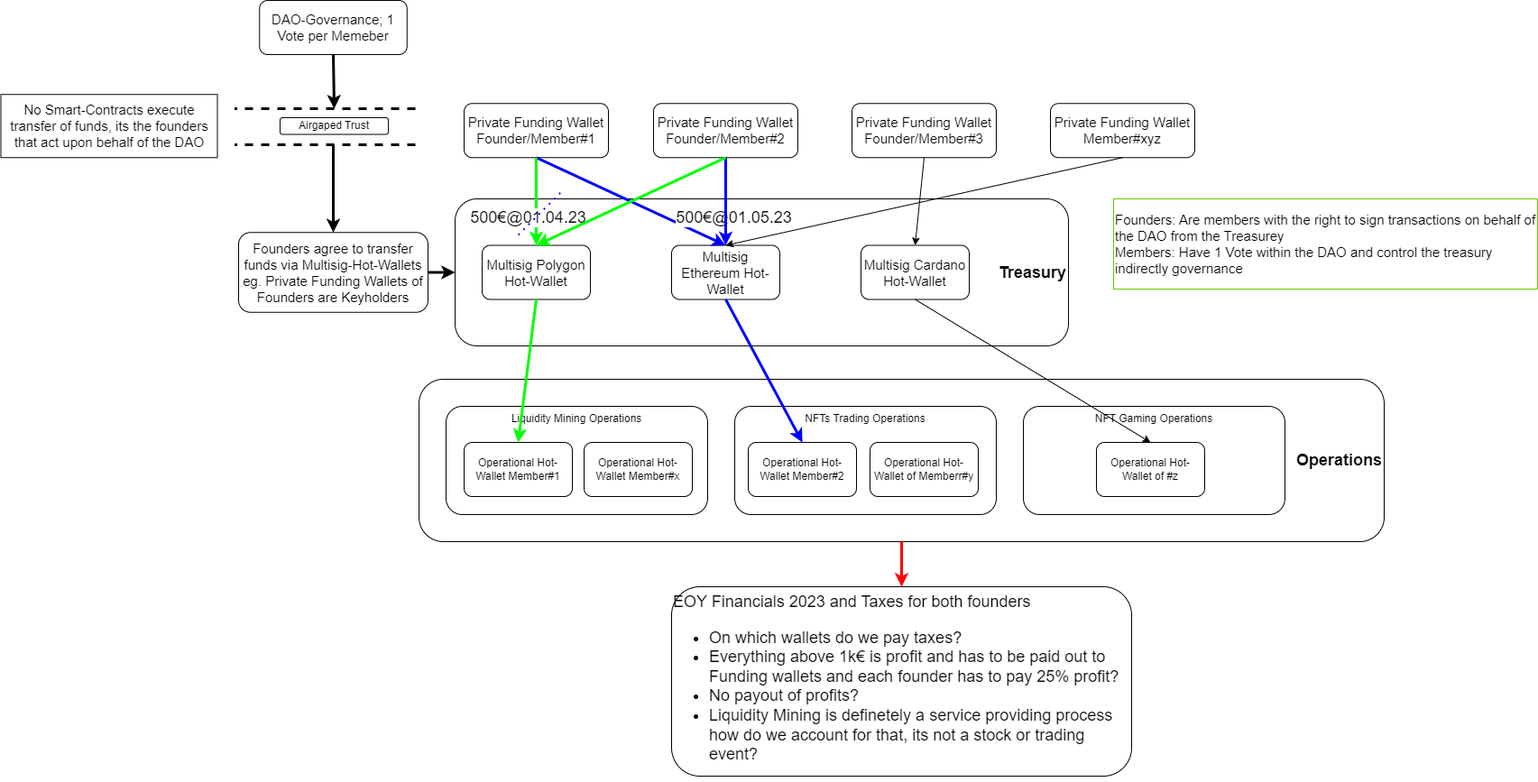
The draw.io diagram 00_Organisational/Roadmap/organisationalOverview.png in Vedaykin/2ndRenaissanceSociety, before a commit. Source tidied: cells renumbered, new cells last; positions are measured from the earlier drawing's top-left corner, leaving out a move shared by most shapes.
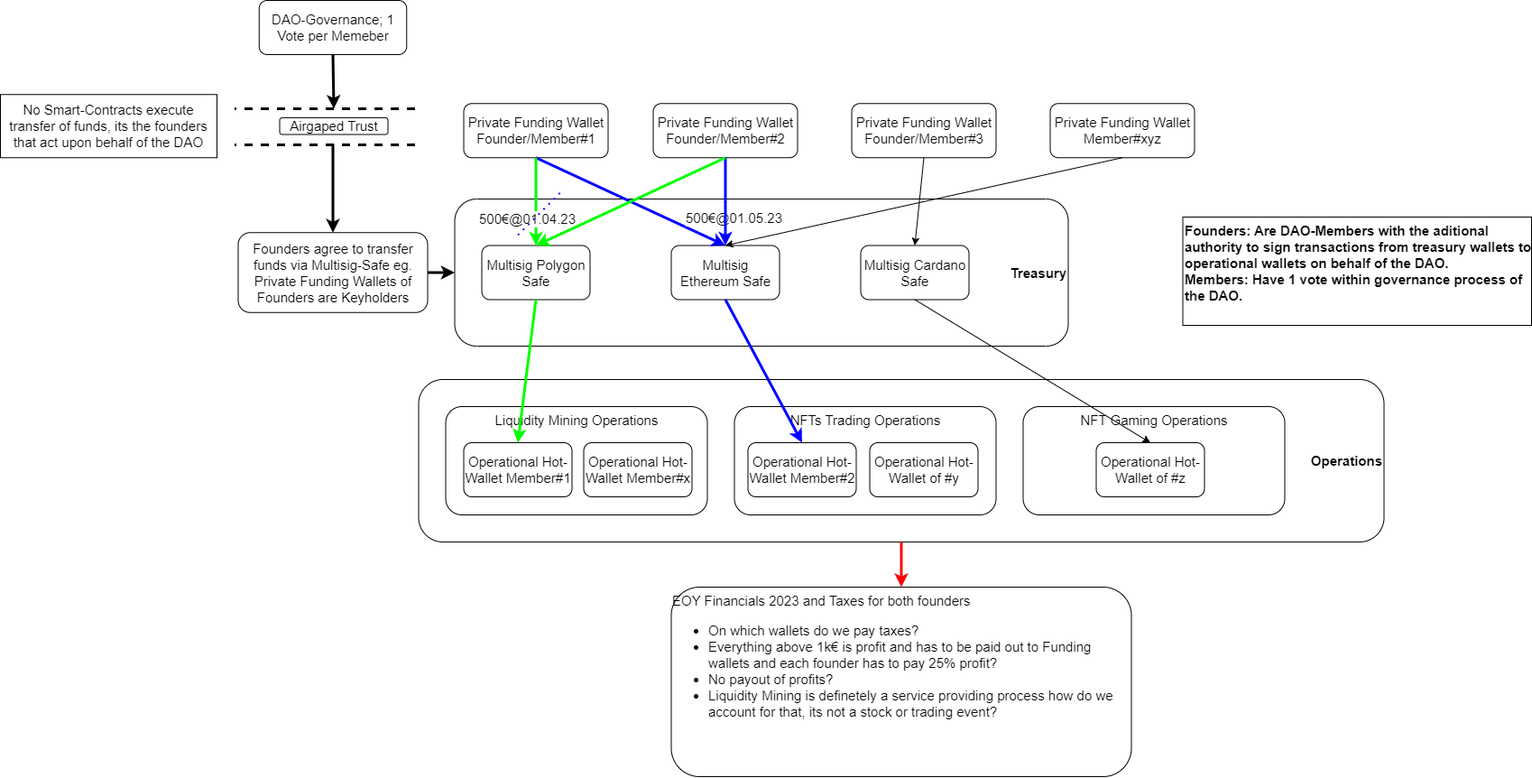
After the change.

The edit, as a diff of the source:
```diff
@@ -2,7 +2,7 @@
   <root>
     <mxCell id="0" />
     <mxCell id="1" parent="0" />
-    <mxCell id="2" value="&lt;div style=&quot;&quot;&gt;&lt;b&gt;&lt;font style=&quot;font-size: 18px;&quot;&gt;Treasury&lt;/font&gt;&lt;/b&gt;&lt;/div&gt;" style="rounded=1;whiteSpace=wrap;html=1;align=right;" parent="1" vertex="1">
+    <mxCell id="2" value="&lt;div style=&quot;font-size: 15px;&quot;&gt;&lt;b style=&quot;font-size: 15px;&quot;&gt;&lt;font style=&quot;font-size: 15px;&quot;&gt;Treasury&lt;/font&gt;&lt;/b&gt;&lt;/div&gt;" style="rounded=1;whiteSpace=wrap;html=1;align=right;fontSize=15;" parent="1" vertex="1">
       <mxGeometry x="504" y="220" width="680" height="163" as="geometry" />
     </mxCell>
     <mxCell id="3" value="Private Funding Wallet Founder/Member#1" style="rounded=1;whiteSpace=wrap;html=1;fontSize=15;" parent="1" vertex="1">
@@ -11,106 +11,106 @@
     <mxCell id="4" value="Private Funding Wallet Founder/Member#2" style="rounded=1;whiteSpace=wrap;html=1;fontSize=15;" parent="1" vertex="1">
       <mxGeometry x="724" y="114.2" width="160" height="60" as="geometry" />
     </mxCell>
-    <mxCell id="5" value="Multisig Ethereum Hot-Wallet" style="rounded=1;whiteSpace=wrap;html=1;fontSize=15;" parent="1" vertex="1">
+    <mxCell id="5" value="Multisig Ethereum Safe" style="rounded=1;whiteSpace=wrap;html=1;fontSize=15;" parent="1" vertex="1">
       <mxGeometry x="744" y="271.5" width="120" height="60" as="geometry" />
     </mxCell>
-    <mxCell id="6" value="Multisig Polygon Hot-Wallet" style="rounded=1;whiteSpace=wrap;html=1;fontSize=15;" parent="1" vertex="1">
+    <mxCell id="6" value="Multisig Polygon Safe" style="rounded=1;whiteSpace=wrap;html=1;fontSize=15;" parent="1" vertex="1">
       <mxGeometry x="534" y="271.5" width="120" height="60" as="geometry" />
     </mxCell>
-    <mxCell id="7" value="Multisig Cardano Hot-Wallet" style="rounded=1;whiteSpace=wrap;html=1;fontSize=15;" parent="1" vertex="1">
+    <mxCell id="7" value="Multisig Cardano Safe" style="rounded=1;whiteSpace=wrap;html=1;fontSize=15;" parent="1" vertex="1">
       <mxGeometry x="954" y="271.5" width="120" height="60" as="geometry" />
     </mxCell>
-    <mxCell id="8" style="endArrow=classic;startArrow=none;html=1;rounded=0;entryX=0.5;entryY=0;entryDx=0;entryDy=0;exitX=0.5;exitY=1;exitDx=0;exitDy=0;strokeColor=#0000FF;strokeWidth=3;startFill=0;" parent="1" edge="1" source="3" target="5">
+    <mxCell id="8" style="endArrow=classic;startArrow=none;html=1;rounded=0;entryX=0.5;entryY=0;entryDx=0;entryDy=0;exitX=0.5;exitY=1;exitDx=0;exitDy=0;strokeColor=#0000FF;strokeWidth=3;startFill=0;fontSize=15;" parent="1" edge="1" source="3" target="5">
       <mxGeometry relative="1" as="geometry" />
     </mxCell>
-    <mxCell id="9" value="500€@01.05.23" style="edgeLabel;html=1;align=center;verticalAlign=middle;fontSize=18;fontColor=#050505;" parent="8" vertex="1">
+    <mxCell id="9" value="500€@01.05.23" style="edgeLabel;html=1;align=center;verticalAlign=middle;fontSize=15;fontColor=#050505;" parent="8" vertex="1">
       <mxGeometry x="-0.2" y="1" relative="1" as="geometry">
         <mxPoint x="135" y="28" as="offset" />
       </mxGeometry>
     </mxCell>
-    <mxCell id="10" style="endArrow=classic;startArrow=none;html=1;rounded=0;entryX=0.5;entryY=0;entryDx=0;entryDy=0;exitX=0.5;exitY=1;exitDx=0;exitDy=0;fontColor=#050505;strokeColor=#00FF00;strokeWidth=3;startFill=0;" parent="1" edge="1" source="3" target="6">
+    <mxCell id="10" style="endArrow=classic;startArrow=none;html=1;rounded=0;entryX=0.5;entryY=0;entryDx=0;entryDy=0;exitX=0.5;exitY=1;exitDx=0;exitDy=0;fontColor=#050505;strokeColor=#00FF00;strokeWidth=3;startFill=0;fontSize=15;" parent="1" edge="1" source="3" target="6">
       <mxGeometry relative="1" as="geometry" />
     </mxCell>
-    <mxCell id="11" value="500€@01.04.23" style="edgeLabel;html=1;align=center;verticalAlign=middle;fontSize=18;fontColor=#050505;" parent="10" vertex="1">
+    <mxCell id="11" value="500€@01.04.23" style="edgeLabel;html=1;align=center;verticalAlign=middle;fontSize=15;fontColor=#050505;" parent="10" vertex="1">
       <mxGeometry x="-0.37" relative="1" as="geometry">
         <mxPoint x="-10" y="36" as="offset" />
       </mxGeometry>
     </mxCell>
-    <mxCell id="12" style="endArrow=classic;startArrow=none;html=1;rounded=0;entryX=0.5;entryY=0;entryDx=0;entryDy=0;exitX=0.5;exitY=1;exitDx=0;exitDy=0;strokeColor=#0000FF;strokeWidth=3;startFill=0;" parent="1" edge="1" source="4" target="5">
+    <mxCell id="12" style="endArrow=classic;startArrow=none;html=1;rounded=0;entryX=0.5;entryY=0;entryDx=0;entryDy=0;exitX=0.5;exitY=1;exitDx=0;exitDy=0;strokeColor=#0000FF;strokeWidth=3;startFill=0;fontSize=15;" parent="1" edge="1" source="4" target="5">
       <mxGeometry relative="1" as="geometry" />
     </mxCell>
-    <mxCell id="13" style="endArrow=classic;startArrow=none;html=1;rounded=0;entryX=0.5;entryY=0;entryDx=0;entryDy=0;exitX=0.5;exitY=1;exitDx=0;exitDy=0;strokeColor=#00FF00;strokeWidth=3;startFill=0;" parent="1" edge="1" source="4" target="6">
+    <mxCell id="13" style="endArrow=classic;startArrow=none;html=1;rounded=0;entryX=0.5;entryY=0;entryDx=0;entryDy=0;exitX=0.5;exitY=1;exitDx=0;exitDy=0;strokeColor=#00FF00;strokeWidth=3;startFill=0;fontSize=15;" parent="1" edge="1" source="4" target="6">
       <mxGeometry relative="1" as="geometry" />
     </mxCell>
-    <mxCell id="14" value="&lt;div style=&quot;&quot;&gt;&lt;b&gt;&lt;font style=&quot;font-size: 18px;&quot;&gt;Operations&lt;/font&gt;&lt;/b&gt;&lt;/div&gt;" style="rounded=1;whiteSpace=wrap;html=1;align=right;" parent="1" vertex="1">
+    <mxCell id="14" value="&lt;div style=&quot;font-size: 15px;&quot;&gt;&lt;b style=&quot;font-size: 15px;&quot;&gt;&lt;font style=&quot;font-size: 15px;&quot;&gt;Operations&lt;/font&gt;&lt;/b&gt;&lt;/div&gt;" style="rounded=1;whiteSpace=wrap;html=1;align=right;fontSize=15;" parent="1" vertex="1">
       <mxGeometry x="464" y="420" width="1070" height="180" as="geometry" />
     </mxCell>
-    <mxCell id="15" value="Liquidity Mining Operations" style="rounded=1;whiteSpace=wrap;html=1;align=center;verticalAlign=top;" parent="1" vertex="1">
+    <mxCell id="15" value="Liquidity Mining Operations" style="rounded=1;whiteSpace=wrap;html=1;align=center;verticalAlign=top;fontSize=15;" parent="1" vertex="1">
       <mxGeometry x="494" y="450" width="290" height="120" as="geometry" />
     </mxCell>
-    <mxCell id="16" style="endArrow=classic;html=1;rounded=0;entryX=0;entryY=0.5;entryDx=0;entryDy=0;exitX=1;exitY=0.5;exitDx=0;exitDy=0;strokeWidth=3;" parent="1" edge="1" source="17" target="2">
+    <mxCell id="16" style="endArrow=classic;html=1;rounded=0;entryX=0;entryY=0.5;entryDx=0;entryDy=0;exitX=1;exitY=0.5;exitDx=0;exitDy=0;strokeWidth=3;fontSize=15;" parent="1" edge="1" source="17" target="2">
       <mxGeometry relative="1" as="geometry" />
     </mxCell>
-    <mxCell id="17" value="Founders agree to transfer funds via Multisig-Hot-Wallets eg. Private Funding Wallets of Founders are Keyholders" style="rounded=1;whiteSpace=wrap;html=1;fontSize=15;" parent="1" vertex="1">
+    <mxCell id="17" value="Founders agree to transfer funds via Multisig-Safe eg. Private Funding Wallets of Founders are Keyholders" style="rounded=1;whiteSpace=wrap;html=1;fontSize=15;" parent="1" vertex="1">
       <mxGeometry x="264" y="257.2" width="210" height="88.5" as="geometry" />
     </mxCell>
-    <mxCell id="18" value="Operational Hot-Wallet Member#1" style="rounded=1;whiteSpace=wrap;html=1;" parent="1" vertex="1">
+    <mxCell id="18" value="Operational Hot-Wallet Member#1" style="rounded=1;whiteSpace=wrap;html=1;fontSize=15;" parent="1" vertex="1">
       <mxGeometry x="514" y="490" width="120" height="60" as="geometry" />
     </mxCell>
-    <mxCell id="19" style="endArrow=classic;startArrow=none;html=1;rounded=0;entryX=0.5;entryY=0;entryDx=0;entryDy=0;exitX=0.5;exitY=1;exitDx=0;exitDy=0;strokeWidth=3;strokeColor=#00FF00;startFill=0;" parent="1" edge="1" source="6" target="18">
+    <mxCell id="19" style="endArrow=classic;startArrow=none;html=1;rounded=0;entryX=0.5;entryY=0;entryDx=0;entryDy=0;exitX=0.5;exitY=1;exitDx=0;exitDy=0;strokeWidth=3;strokeColor=#00FF00;startFill=0;fontSize=15;" parent="1" edge="1" source="6" target="18">
       <mxGeometry relative="1" as="geometry" />
     </mxCell>
-    <mxCell id="20" value="NFTs Trading Operations" style="rounded=1;whiteSpace=wrap;html=1;align=center;verticalAlign=top;" parent="1" vertex="1">
+    <mxCell id="20" value="NFTs Trading Operations" style="rounded=1;whiteSpace=wrap;html=1;align=center;verticalAlign=top;fontSize=15;" parent="1" vertex="1">
       <mxGeometry x="814" y="450" width="290" height="120" as="geometry" />
     </mxCell>
-    <mxCell id="21" value="Operational Hot-Wallet Member#2" style="rounded=1;whiteSpace=wrap;html=1;" parent="1" vertex="1">
+    <mxCell id="21" value="Operational Hot-Wallet Member#2" style="rounded=1;whiteSpace=wrap;html=1;fontSize=15;" parent="1" vertex="1">
       <mxGeometry x="829" y="490" width="120" height="60" as="geometry" />
     </mxCell>
-    <mxCell id="22" style="endArrow=classic;startArrow=none;html=1;rounded=0;entryX=0.5;entryY=0;entryDx=0;entryDy=0;exitX=0.5;exitY=1;exitDx=0;exitDy=0;strokeWidth=3;strokeColor=#0000FF;startFill=0;" parent="1" edge="1" source="5" target="21">
+    <mxCell id="22" style="endArrow=classic;startArrow=none;html=1;rounded=0;entryX=0.5;entryY=0;entryDx=0;entryDy=0;exitX=0.5;exitY=1;exitDx=0;exitDy=0;strokeWidth=3;strokeColor=#0000FF;startFill=0;fontSize=15;" parent="1" edge="1" source="5" target="21">
       <mxGeometry relative="1" as="geometry" />
     </mxCell>
-    <mxCell id="23" value="Operational Hot-Wallet of Memberr#y" style="rounded=1;whiteSpace=wrap;html=1;" parent="1" vertex="1">
+    <mxCell id="23" value="Operational Hot-Wallet of #y" style="rounded=1;whiteSpace=wrap;html=1;fontSize=15;" parent="1" vertex="1">
       <mxGeometry x="964" y="490" width="120" height="60" as="geometry" />
     </mxCell>
-    <mxCell id="24" value="EOY Financials 2023 and Taxes for both founders&lt;br&gt;&lt;ul&gt;&lt;li&gt;On which wallets do we pay taxes?&lt;/li&gt;&lt;li&gt;Everything above 1k€ is profit and has to be paid out to Funding wallets and each founder has to pay 25% profit?&lt;/li&gt;&lt;li&gt;No payout of profits?&lt;/li&gt;&lt;li&gt;Liquidity Mining is definetely a service providing process how do we account for that, its not a stock or trading event?&lt;/li&gt;&lt;/ul&gt;" style="rounded=1;whiteSpace=wrap;html=1;fontSize=18;fontColor=#050505;verticalAlign=top;align=left;" parent="1" vertex="1">
+    <mxCell id="24" value="EOY Financials 2023 and Taxes for both founders&lt;br style=&quot;font-size: 15px;&quot;&gt;&lt;ul style=&quot;font-size: 15px;&quot;&gt;&lt;li style=&quot;font-size: 15px;&quot;&gt;On which wallets do we pay taxes?&lt;/li&gt;&lt;li style=&quot;font-size: 15px;&quot;&gt;Everything above 1k€ is profit and has to be paid out to Funding wallets and each founder has to pay 25% profit?&lt;/li&gt;&lt;li style=&quot;font-size: 15px;&quot;&gt;No payout of profits?&lt;/li&gt;&lt;li style=&quot;font-size: 15px;&quot;&gt;Liquidity Mining is definetely a service providing process how do we account for that, its not a stock or trading event?&lt;/li&gt;&lt;/ul&gt;" style="rounded=1;whiteSpace=wrap;html=1;fontSize=15;fontColor=#050505;verticalAlign=top;align=left;" parent="1" vertex="1">
       <mxGeometry x="744" y="650" width="510" height="210" as="geometry" />
     </mxCell>
-    <mxCell id="25" style="endArrow=none;startArrow=classic;html=1;rounded=0;strokeWidth=3;strokeColor=#FF0000;endFill=0;exitX=0.5;exitY=0;exitDx=0;exitDy=0;entryX=0.5;entryY=1;entryDx=0;entryDy=0;" parent="1" edge="1" source="24" target="14">
+    <mxCell id="25" style="endArrow=none;startArrow=classic;html=1;rounded=0;strokeWidth=3;strokeColor=#FF0000;endFill=0;exitX=0.5;exitY=0;exitDx=0;exitDy=0;entryX=0.5;entryY=1;entryDx=0;entryDy=0;fontSize=15;" parent="1" edge="1" source="24" target="14">
       <mxGeometry relative="1" as="geometry" />
     </mxCell>
     <mxCell id="26" value="DAO-Governance; 1 Vote per Memeber" style="rounded=1;whiteSpace=wrap;html=1;fontSize=15;fontColor=#050505;" parent="1" vertex="1">
       <mxGeometry x="287.2" width="163.5" height="60" as="geometry" />
     </mxCell>
-    <mxCell id="27" style="endArrow=none;dashed=1;html=1;rounded=0;strokeColor=#000000;strokeWidth=3;fontSize=18;fontColor=#050505;" parent="1" edge="1">
+    <mxCell id="27" style="endArrow=none;dashed=1;html=1;rounded=0;strokeColor=#000000;strokeWidth=3;fontSize=15;fontColor=#050505;" parent="1" edge="1">
       <mxGeometry relative="1" as="geometry">
         <mxPoint x="460" y="160" as="sourcePoint" />
         <mxPoint x="260" y="160" as="targetPoint" />
       </mxGeometry>
     </mxCell>
-    <mxCell id="28" style="endArrow=none;dashed=1;html=1;rounded=0;strokeColor=#000000;strokeWidth=3;fontSize=18;fontColor=#050505;" parent="1" edge="1">
+    <mxCell id="28" style="endArrow=none;dashed=1;html=1;rounded=0;strokeColor=#000000;strokeWidth=3;fontSize=15;fontColor=#050505;" parent="1" edge="1">
       <mxGeometry relative="1" as="geometry">
         <mxPoint x="460" y="120" as="sourcePoint" />
         <mxPoint x="260" y="120" as="targetPoint" />
       </mxGeometry>
     </mxCell>
-    <mxCell id="29" style="endArrow=classic;html=1;rounded=0;strokeColor=#000000;strokeWidth=3;fontSize=18;fontColor=#050505;exitX=0.5;exitY=1;exitDx=0;exitDy=0;" parent="1" edge="1" source="26">
+    <mxCell id="29" style="endArrow=classic;html=1;rounded=0;strokeColor=#000000;strokeWidth=3;fontSize=15;fontColor=#050505;exitX=0.5;exitY=1;exitDx=0;exitDy=0;" parent="1" edge="1" source="26">
       <mxGeometry relative="1" as="geometry">
         <mxPoint x="370" y="120" as="targetPoint" />
       </mxGeometry>
     </mxCell>
-    <mxCell id="30" style="endArrow=none;dashed=1;html=1;dashPattern=1 3;strokeWidth=2;rounded=0;strokeColor=#0000FF;fontSize=18;fontColor=#050505;" parent="1" edge="1">
+    <mxCell id="30" style="endArrow=none;dashed=1;html=1;dashPattern=1 3;strokeWidth=2;rounded=0;strokeColor=#0000FF;fontSize=15;fontColor=#050505;" parent="1" edge="1">
       <mxGeometry relative="1" as="geometry">
         <mxPoint x="574" y="260" as="sourcePoint" />
         <mxPoint x="624" y="210" as="targetPoint" />
       </mxGeometry>
     </mxCell>
-    <mxCell id="31" value="Airgaped Trust" style="rounded=1;whiteSpace=wrap;html=1;" parent="1" vertex="1">
+    <mxCell id="31" value="Airgaped Trust" style="rounded=1;whiteSpace=wrap;html=1;fontSize=15;" parent="1" vertex="1">
       <mxGeometry x="310" y="130" width="120" height="18.5" as="geometry" />
     </mxCell>
     <mxCell id="32" value="No Smart-Contracts execute transfer of funds, its the founders that act upon behalf of the DAO" style="rounded=0;whiteSpace=wrap;html=1;fontSize=15;" parent="1" vertex="1">
       <mxGeometry x="0.5" y="104.2" width="240" height="70" as="geometry" />
     </mxCell>
-    <mxCell id="33" style="endArrow=classic;html=1;rounded=0;strokeColor=#000000;strokeWidth=3;fontSize=18;fontColor=#050505;entryX=0.5;entryY=0;entryDx=0;entryDy=0;" parent="1" edge="1" target="17">
+    <mxCell id="33" style="endArrow=classic;html=1;rounded=0;strokeColor=#000000;strokeWidth=3;fontSize=15;fontColor=#050505;entryX=0.5;entryY=0;entryDx=0;entryDy=0;" parent="1" edge="1" target="17">
       <mxGeometry relative="1" as="geometry">
         <mxPoint x="369" y="160" as="sourcePoint" />
       </mxGeometry>
@@ -121,26 +121,26 @@
     <mxCell id="35" value="Private Funding Wallet Member#xyz" style="rounded=1;whiteSpace=wrap;html=1;fontSize=15;" parent="1" vertex="1">
       <mxGeometry x="1164" y="114.2" width="160" height="60" as="geometry" />
     </mxCell>
-    <mxCell id="36" value="Operational Hot-Wallet Member#x" style="rounded=1;whiteSpace=wrap;html=1;" parent="1" vertex="1">
+    <mxCell id="36" value="Operational Hot-Wallet Member#x" style="rounded=1;whiteSpace=wrap;html=1;fontSize=15;" parent="1" vertex="1">
       <mxGeometry x="647" y="490" width="120" height="60" as="geometry" />
     </mxCell>
-    <mxCell id="37" value="NFT Gaming Operations" style="rounded=1;whiteSpace=wrap;html=1;align=center;verticalAlign=top;" parent="1" vertex="1">
+    <mxCell id="37" value="NFT Gaming Operations" style="rounded=1;whiteSpace=wrap;html=1;align=center;verticalAlign=top;fontSize=15;" parent="1" vertex="1">
       <mxGeometry x="1134" y="450" width="290" height="120" as="geometry" />
     </mxCell>
-    <mxCell id="38" value="Operational Hot-Wallet of #z" style="rounded=1;whiteSpace=wrap;html=1;" parent="1" vertex="1">
+    <mxCell id="38" value="Operational Hot-Wallet of #z" style="rounded=1;whiteSpace=wrap;html=1;fontSize=15;" parent="1" vertex="1">
       <mxGeometry x="1215" y="490" width="120" height="60" as="geometry" />
     </mxCell>
-    <mxCell id="39" style="endArrow=classic;html=1;rounded=0;strokeColor=#000000;strokeWidth=1;fontSize=18;fontColor=#050505;entryX=0.5;entryY=0;entryDx=0;entryDy=0;exitX=0.5;exitY=1;exitDx=0;exitDy=0;" parent="1" edge="1" source="34" target="7">
+    <mxCell id="39" style="endArrow=classic;html=1;rounded=0;strokeColor=#000000;strokeWidth=1;fontSize=15;fontColor=#050505;entryX=0.5;entryY=0;entryDx=0;entryDy=0;exitX=0.5;exitY=1;exitDx=0;exitDy=0;" parent="1" edge="1" source="34" target="7">
       <mxGeometry relative="1" as="geometry" />
     </mxCell>
-    <mxCell id="40" style="endArrow=classic;html=1;rounded=0;strokeColor=#000000;strokeWidth=1;fontSize=18;fontColor=#050505;entryX=0.5;entryY=0;entryDx=0;entryDy=0;exitX=0.5;exitY=1;exitDx=0;exitDy=0;" parent="1" edge="1" source="35" target="5">
+    <mxCell id="40" style="endArrow=classic;html=1;rounded=0;strokeColor=#000000;strokeWidth=1;fontSize=15;fontColor=#050505;entryX=0.5;entryY=0;entryDx=0;entryDy=0;exitX=0.5;exitY=1;exitDx=0;exitDy=0;" parent="1" edge="1" source="35" target="5">
       <mxGeometry relative="1" as="geometry" />
     </mxCell>
-    <mxCell id="41" style="endArrow=classic;html=1;rounded=0;strokeColor=#000000;strokeWidth=1;fontSize=18;fontColor=#050505;entryX=0.5;entryY=0;entryDx=0;entryDy=0;exitX=0.5;exitY=1;exitDx=0;exitDy=0;" parent="1" edge="1" source="7" target="38">
+    <mxCell id="41" style="endArrow=classic;html=1;rounded=0;strokeColor=#000000;strokeWidth=1;fontSize=15;fontColor=#050505;entryX=0.5;entryY=0;entryDx=0;entryDy=0;exitX=0.5;exitY=1;exitDx=0;exitDy=0;" parent="1" edge="1" source="7" target="38">
       <mxGeometry relative="1" as="geometry" />
     </mxCell>
-    <mxCell id="42" value="Founders: Are members with the right to sign transactions on behalf of the DAO from the Treasurey&lt;br&gt;Members: Have 1 Vote within the DAO and control the treasury indirectly governance" style="rounded=0;whiteSpace=wrap;html=1;strokeColor=#66CC00;fontSize=15;align=left;" parent="1" vertex="1">
-      <mxGeometry x="1234" y="220" width="470" height="100" as="geometry" />
-    </mxCell>
+    <mxCell id="43" value="Founders: Are DAO-Members with the aditional authority to sign transactions from treasury wallets to operational wallets on behalf of the DAO.&lt;br style=&quot;font-size: 15px;&quot;&gt;&lt;div style=&quot;font-size: 15px;&quot;&gt;&lt;span style=&quot;background-color: initial; font-size: 15px;&quot;&gt;Members: Have 1 vote within governance process of the DAO.&lt;/span&gt;&lt;/div&gt;" style="rounded=0;whiteSpace=wrap;html=1;align=left;fontSize=15;verticalAlign=top;fontStyle=1;" parent="1" vertex="1">
+      <mxGeometry x="1311" y="240" width="386.5" height="120" as="geometry" />
+    </mxCell>
   </root>
 </mxGraphModel>
```
